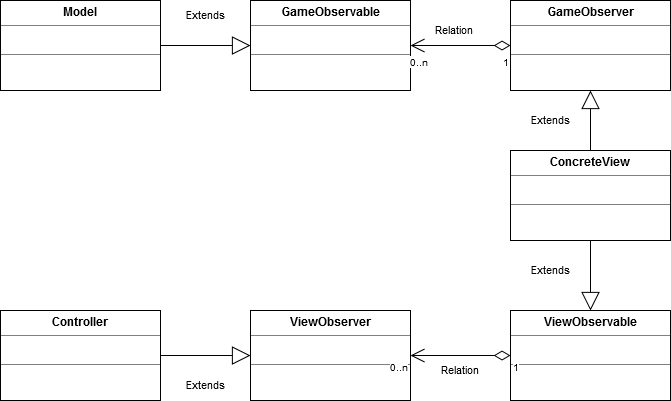
This is documentation/MVC.png from brodermar/wwm, a draw.io export, as it was before one commit. Source tidied: cells renumbered, new cells last; positions are measured from the earlier drawing's top-left corner, leaving out a move shared by most shapes.
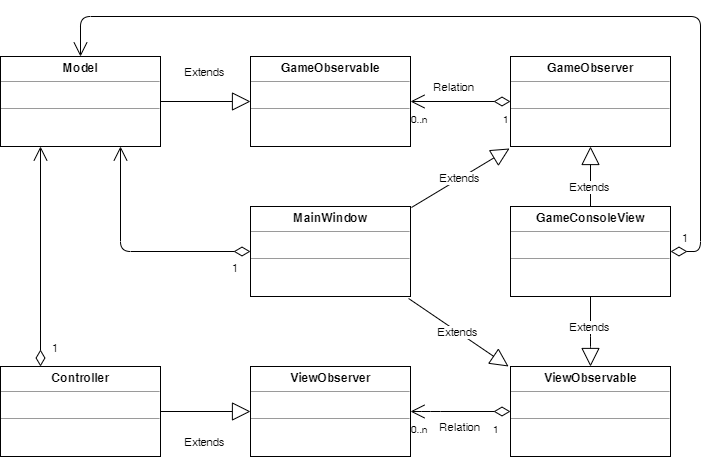
Later version of the same file.

Diff of the diagram source:
```diff
@@ -8,7 +8,7 @@
     <mxCell id="3" value="&lt;p style=&quot;margin: 0px ; margin-top: 4px ; text-align: center&quot;&gt;&lt;b&gt;ViewObserver&lt;/b&gt;&lt;br&gt;&lt;/p&gt;&lt;hr size=&quot;1&quot;&gt;&lt;p style=&quot;margin: 0px ; margin-left: 4px&quot;&gt;&lt;br&gt;&lt;/p&gt;&lt;hr size=&quot;1&quot;&gt;&lt;p style=&quot;margin: 0px ; margin-left: 4px&quot;&gt;&lt;br&gt;&lt;/p&gt;" style="verticalAlign=top;align=left;overflow=fill;fontSize=12;fontFamily=Helvetica;html=1;" parent="1" vertex="1">
       <mxGeometry x="250" y="310" width="160" height="90" as="geometry" />
     </mxCell>
-    <mxCell id="4" value="&lt;p style=&quot;margin: 0px ; margin-top: 4px ; text-align: center&quot;&gt;&lt;b&gt;ConcreteView&lt;/b&gt;&lt;br&gt;&lt;/p&gt;&lt;hr size=&quot;1&quot;&gt;&lt;p style=&quot;margin: 0px ; margin-left: 4px&quot;&gt;&lt;br&gt;&lt;/p&gt;&lt;hr size=&quot;1&quot;&gt;&lt;p style=&quot;margin: 0px ; margin-left: 4px&quot;&gt;&lt;br&gt;&lt;/p&gt;" style="verticalAlign=top;align=left;overflow=fill;fontSize=12;fontFamily=Helvetica;html=1;" parent="1" vertex="1">
+    <mxCell id="4" value="&lt;p style=&quot;margin: 0px ; margin-top: 4px ; text-align: center&quot;&gt;&lt;b&gt;GameConsoleView&lt;/b&gt;&lt;br&gt;&lt;/p&gt;&lt;hr size=&quot;1&quot;&gt;&lt;p style=&quot;margin: 0px ; margin-left: 4px&quot;&gt;&lt;br&gt;&lt;/p&gt;&lt;hr size=&quot;1&quot;&gt;&lt;p style=&quot;margin: 0px ; margin-left: 4px&quot;&gt;&lt;br&gt;&lt;/p&gt;" style="verticalAlign=top;align=left;overflow=fill;fontSize=12;fontFamily=Helvetica;html=1;" parent="1" vertex="1">
       <mxGeometry x="510" y="150" width="160" height="90" as="geometry" />
     </mxCell>
     <mxCell id="5" value="&lt;p style=&quot;margin: 0px ; margin-top: 4px ; text-align: center&quot;&gt;&lt;b&gt;Controller&lt;/b&gt;&lt;br&gt;&lt;/p&gt;&lt;hr size=&quot;1&quot;&gt;&lt;br&gt;&lt;hr size=&quot;1&quot;&gt;&lt;p style=&quot;margin: 0px ; margin-left: 4px&quot;&gt;&lt;br&gt;&lt;/p&gt;" style="verticalAlign=top;align=left;overflow=fill;fontSize=12;fontFamily=Helvetica;html=1;" parent="1" vertex="1">
@@ -18,10 +18,11 @@
       <mxGeometry y="-30" relative="1" as="geometry" />
     </mxCell>
     <mxCell id="7" value="Extends" style="endArrow=block;endSize=16;endFill=0;html=1;exitX=0.5;exitY=1;exitDx=0;exitDy=0;" parent="1" edge="1" source="4" target="2">
-      <mxGeometry x="-0.14" y="-40" relative="1" as="geometry">
+      <mxGeometry x="0.43" y="-20" relative="1" as="geometry">
         <Array as="points">
           <mxPoint x="590" y="290" />
         </Array>
+        <mxPoint x="20" y="-20" as="offset" />
       </mxGeometry>
     </mxCell>
     <mxCell id="8" value="Relation" style="endArrow=open;html=1;endSize=12;startArrow=diamondThin;startSize=14;startFill=0;edgeStyle=orthogonalEdgeStyle;exitX=0;exitY=0.5;exitDx=0;exitDy=0;entryX=1;entryY=0.5;entryDx=0;entryDy=0;" parent="1" edge="1" source="2" target="3">
@@ -33,16 +34,20 @@
       </mxGeometry>
     </mxCell>
     <mxCell id="9" value="1" style="html=1;align=left;verticalAlign=top;labelBackgroundColor=#ffffff;fontSize=10;" parent="8" vertex="1">
-      <mxGeometry x="-1" relative="1" as="geometry" />
+      <mxGeometry x="-1" relative="1" as="geometry">
+        <mxPoint x="-20" y="5" as="offset" />
+      </mxGeometry>
     </mxCell>
     <mxCell id="10" value="0..n" style="html=1;align=right;verticalAlign=top;labelBackgroundColor=#ffffff;fontSize=10;" parent="8" vertex="1">
-      <mxGeometry x="1" relative="1" as="geometry" />
+      <mxGeometry x="1" relative="1" as="geometry">
+        <mxPoint x="20" y="5" as="offset" />
+      </mxGeometry>
     </mxCell>
     <mxCell id="11" value="&lt;p style=&quot;margin: 0px ; margin-top: 4px ; text-align: center&quot;&gt;&lt;b&gt;GameObserver&lt;/b&gt;&lt;/p&gt;&lt;hr size=&quot;1&quot;&gt;&lt;p style=&quot;margin: 0px ; margin-left: 4px&quot;&gt;&lt;br&gt;&lt;/p&gt;&lt;hr size=&quot;1&quot;&gt;" style="verticalAlign=top;align=left;overflow=fill;fontSize=12;fontFamily=Helvetica;html=1;" parent="1" vertex="1">
       <mxGeometry x="510" width="160" height="90" as="geometry" />
     </mxCell>
     <mxCell id="12" value="Extends" style="endArrow=block;endSize=16;endFill=0;html=1;entryX=0.5;entryY=1;entryDx=0;entryDy=0;" parent="1" edge="1" source="4" target="11">
-      <mxGeometry y="40" relative="1" as="geometry" />
+      <mxGeometry x="-0.33" relative="1" as="geometry" />
     </mxCell>
     <mxCell id="13" value="&lt;p style=&quot;margin: 0px ; margin-top: 4px ; text-align: center&quot;&gt;&lt;b&gt;GameObservable&lt;/b&gt;&lt;/p&gt;&lt;hr size=&quot;1&quot;&gt;&lt;p style=&quot;margin: 0px ; margin-left: 4px&quot;&gt;&lt;br&gt;&lt;/p&gt;&lt;hr size=&quot;1&quot;&gt;" style="verticalAlign=top;align=left;overflow=fill;fontSize=12;fontFamily=Helvetica;html=1;" parent="1" vertex="1">
       <mxGeometry x="250" width="160" height="90" as="geometry" />
@@ -66,5 +71,30 @@
     <mxCell id="18" value="Extends" style="endArrow=block;endSize=16;endFill=0;html=1;entryX=0;entryY=0.5;entryDx=0;entryDy=0;exitX=1;exitY=0.5;exitDx=0;exitDy=0;" parent="1" edge="1" source="17" target="13">
       <mxGeometry y="30" relative="1" as="geometry" />
     </mxCell>
+    <mxCell id="19" value="&lt;p style=&quot;margin: 0px ; margin-top: 4px ; text-align: center&quot;&gt;&lt;b&gt;MainWindow&lt;/b&gt;&lt;/p&gt;&lt;hr size=&quot;1&quot;&gt;&lt;p style=&quot;margin: 0px ; margin-left: 4px&quot;&gt;&lt;br&gt;&lt;/p&gt;&lt;hr size=&quot;1&quot;&gt;&lt;p style=&quot;margin: 0px ; margin-left: 4px&quot;&gt;&lt;br&gt;&lt;/p&gt;" style="verticalAlign=top;align=left;overflow=fill;fontSize=12;fontFamily=Helvetica;html=1;" parent="1" vertex="1">
+      <mxGeometry x="250" y="150" width="160" height="90" as="geometry" />
+    </mxCell>
+    <mxCell id="20" value="Extends" style="endArrow=block;endSize=16;endFill=0;html=1;entryX=-0.006;entryY=1.022;entryDx=0;entryDy=0;entryPerimeter=0;exitX=1.006;exitY=0.011;exitDx=0;exitDy=0;exitPerimeter=0;" parent="1" edge="1" source="19" target="11">
+      <mxGeometry relative="1" as="geometry" />
+    </mxCell>
+    <mxCell id="21" value="Extends" style="endArrow=block;endSize=16;endFill=0;html=1;exitX=0.988;exitY=1.022;exitDx=0;exitDy=0;exitPerimeter=0;entryX=-0.012;entryY=0;entryDx=0;entryDy=0;entryPerimeter=0;" parent="1" edge="1" source="19" target="2">
+      <mxGeometry relative="1" as="geometry" />
+    </mxCell>
+    <mxCell id="22" value="1" style="endArrow=open;html=1;endSize=12;startArrow=diamondThin;startSize=14;startFill=0;edgeStyle=orthogonalEdgeStyle;align=left;verticalAlign=bottom;exitX=1;exitY=0.5;exitDx=0;exitDy=0;" parent="1" edge="1" source="4">
+      <mxGeometry x="-0.98" y="5" relative="1" as="geometry">
+        <mxPoint x="80" as="targetPoint" />
+        <Array as="points">
+          <mxPoint x="700" y="195" />
+          <mxPoint x="700" y="-40" />
+          <mxPoint x="80" y="-40" />
+        </Array>
+      </mxGeometry>
+    </mxCell>
+    <mxCell id="23" value="1" style="endArrow=open;html=1;endSize=12;startArrow=diamondThin;startSize=14;startFill=0;edgeStyle=orthogonalEdgeStyle;align=left;verticalAlign=bottom;entryX=0.75;entryY=1;entryDx=0;entryDy=0;exitX=0;exitY=0.5;exitDx=0;exitDy=0;" parent="1" edge="1" source="19" target="17">
+      <mxGeometry x="-0.83" y="25" relative="1" as="geometry" />
+    </mxCell>
+    <mxCell id="24" value="1" style="endArrow=open;html=1;endSize=12;startArrow=diamondThin;startSize=14;startFill=0;edgeStyle=orthogonalEdgeStyle;align=left;verticalAlign=bottom;entryX=0.25;entryY=1;entryDx=0;entryDy=0;exitX=0.25;exitY=0;exitDx=0;exitDy=0;" parent="1" edge="1" source="5" target="17">
+      <mxGeometry x="-0.91" y="-10" relative="1" as="geometry" />
+    </mxCell>
   </root>
 </mxGraphModel>
```
